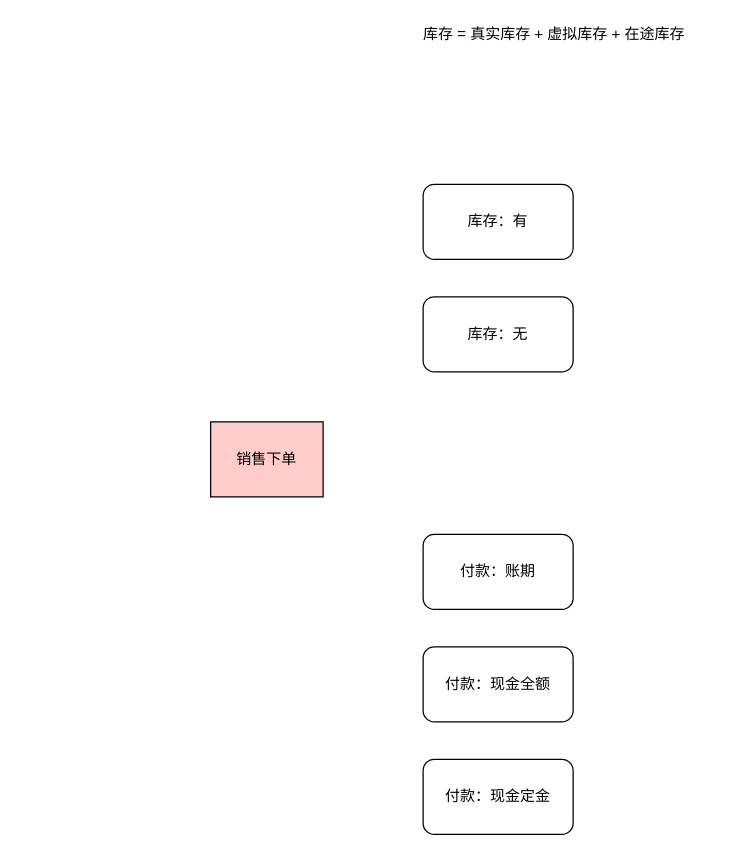
Earlier version of the draw.io diagram page "第 2 页" (2 of 2) of 技术架构.drawio (jason-live/flow). Source tidied: cells renumbered, new cells numbered last; positions are measured from the earlier drawing's top-left corner, leaving out a move shared by most shapes. Both pictures are drawn from the tidied source at 125%, with x=0, y=0 at pixel (210, 21).
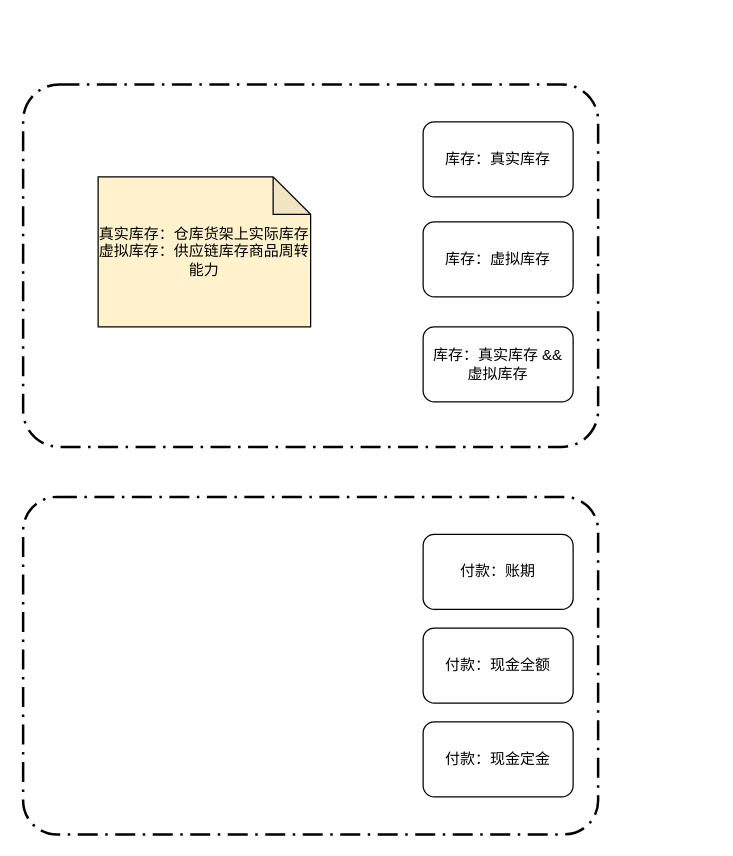
Above is the later version.

Commit message:
更新技术架构.drawio

Change to the diagram source:
```diff
@@
 <mxGraphModel>
   <root>
     <mxCell id="0" />
     <mxCell id="1" parent="0" />
-    <mxCell id="2" value="销售下单" style="rounded=0;whiteSpace=wrap;html=1;fillColor=#FFCCCC;" parent="1" vertex="1">
-      <mxGeometry y="320" width="90" height="60" as="geometry" />
-    </mxCell>
-    <mxCell id="3" value="库存：有" style="rounded=1;whiteSpace=wrap;html=1;fillColor=#FFFFFF;" parent="1" vertex="1">
-      <mxGeometry x="170" y="130" width="120" height="60" as="geometry" />
+    <mxCell id="3" value="库存：真实库存" style="rounded=1;whiteSpace=wrap;html=1;fillColor=#FFFFFF;" parent="1" vertex="1">
+      <mxGeometry x="170" y="80" width="120" height="60" as="geometry" />
     </mxCell>
-    <mxCell id="4" value="库存：无" style="rounded=1;whiteSpace=wrap;html=1;fillColor=#FFFFFF;" parent="1" vertex="1">
-      <mxGeometry x="170" y="220" width="120" height="60" as="geometry" />
+    <mxCell id="4" value="库存：虚拟库存" style="rounded=1;whiteSpace=wrap;html=1;fillColor=#FFFFFF;" parent="1" vertex="1">
+      <mxGeometry x="170" y="160" width="120" height="60" as="geometry" />
     </mxCell>
     <mxCell id="5" value="付款：账期" style="rounded=1;whiteSpace=wrap;html=1;fillColor=#FFFFFF;" parent="1" vertex="1">
       <mxGeometry x="170" y="410" width="120" height="60" as="geometry" />
     </mxCell>
     <mxCell id="6" value="付款：现金全额" style="rounded=1;whiteSpace=wrap;html=1;fillColor=#FFFFFF;" parent="1" vertex="1">
-      <mxGeometry x="170" y="500" width="120" height="60" as="geometry" />
+      <mxGeometry x="170" y="485" width="120" height="60" as="geometry" />
     </mxCell>
     <mxCell id="7" value="付款：现金定金" style="rounded=1;whiteSpace=wrap;html=1;fillColor=#FFFFFF;" parent="1" vertex="1">
-      <mxGeometry x="170" y="590" width="120" height="60" as="geometry" />
+      <mxGeometry x="170" y="560" width="120" height="60" as="geometry" />
     </mxCell>
-    <mxCell id="8" value="库存 = 真实库存 + 虚拟库存 + 在途库存" style="text;html=1;strokeColor=none;fillColor=none;align=center;verticalAlign=middle;whiteSpace=wrap;rounded=0;" parent="1" vertex="1">
-      <mxGeometry x="150" width="250" height="20" as="geometry" />
-    </mxCell>
+    <mxCell id="9" value="库存：真实库存 &amp;amp;&amp;amp; 虚拟库存" style="rounded=1;whiteSpace=wrap;html=1;fillColor=#FFFFFF;" parent="1" vertex="1">
+      <mxGeometry x="170" y="244" width="120" height="60" as="geometry" />
+    </mxCell>
+    <mxCell id="10" style="rounded=1;arcSize=10;dashed=1;strokeColor=#000000;fillColor=none;gradientColor=none;dashPattern=8 3 1 3;strokeWidth=2;" parent="1" vertex="1">
+      <mxGeometry x="-150" y="50" width="460" height="290" as="geometry" />
+    </mxCell>
+    <mxCell id="11" value="真实库存：仓库货架上实际库存&lt;br&gt;虚拟库存：供应链库存商品周转能力" style="shape=note;whiteSpace=wrap;html=1;backgroundOutline=1;darkOpacity=0.05;fillColor=#FFF2CC;" parent="1" vertex="1">
+      <mxGeometry x="-90" y="124" width="170" height="120" as="geometry" />
+    </mxCell>
+    <mxCell id="12" style="rounded=1;arcSize=10;dashed=1;strokeColor=#000000;fillColor=none;gradientColor=none;dashPattern=8 3 1 3;strokeWidth=2;" parent="1" vertex="1">
+      <mxGeometry x="-150" y="380" width="460" height="270" as="geometry" />
+    </mxCell>
   </root>
 </mxGraphModel>
```
